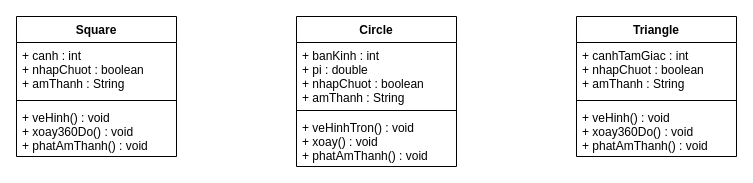
Before: src/com/thuanpv1731103117/tuan06/UML.drawio in vanthuan0306/LTHDT, a draw.io diagram. Source tidied: cells renumbered, new cells numbered last; positions are measured from the earlier drawing's top-left corner, leaving out a move shared by most shapes. Both pictures are drawn from the tidied source at 100%, with x=0, y=0 at pixel (16, 16).
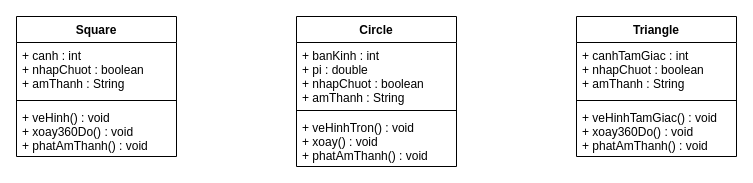
The same page after the edit.

Change to the diagram source:
```diff
@@
 <mxGraphModel>
   <root>
     <mxCell id="0" />
     <mxCell id="1" parent="0" />
     <mxCell id="2" value="Square" style="swimlane;fontStyle=1;align=center;verticalAlign=top;horizontal=1;startSize=26;" parent="1" vertex="1">
       <mxGeometry width="160" height="140" as="geometry" />
     </mxCell>
     <mxCell id="3" value="+ canh : int&#10;+ nhapChuot : boolean&#10;+ amThanh : String" style="text;strokeColor=none;fillColor=none;align=left;verticalAlign=top;spacingLeft=4;spacingRight=4;overflow=hidden;" parent="2" vertex="1">
       <mxGeometry y="26" width="160" height="54" as="geometry" />
     </mxCell>
     <mxCell id="4" style="line;strokeWidth=1;fillColor=none;align=left;verticalAlign=middle;spacingTop=-1;spacingLeft=3;spacingRight=3;labelPosition=right;" parent="2" vertex="1">
       <mxGeometry y="80" width="160" height="8" as="geometry" />
     </mxCell>
     <mxCell id="5" value="+ veHinh() : void&#10;+ xoay360Do() : void&#10;+ phatAmThanh() : void" style="text;strokeColor=none;fillColor=none;align=left;verticalAlign=top;spacingLeft=4;spacingRight=4;overflow=hidden;" parent="2" vertex="1">
       <mxGeometry y="88" width="160" height="52" as="geometry" />
     </mxCell>
     <mxCell id="6" value="Circle" style="swimlane;fontStyle=1;align=center;verticalAlign=top;horizontal=1;startSize=26;" parent="1" vertex="1">
       <mxGeometry x="280" width="160" height="150" as="geometry" />
     </mxCell>
     <mxCell id="7" value="+ banKinh : int&#10;+ pi : double&#10;+ nhapChuot : boolean&#10;+ amThanh : String" style="text;strokeColor=none;fillColor=none;align=left;verticalAlign=top;spacingLeft=4;spacingRight=4;overflow=hidden;" parent="6" vertex="1">
       <mxGeometry y="26" width="160" height="64" as="geometry" />
     </mxCell>
     <mxCell id="8" style="line;strokeWidth=1;fillColor=none;align=left;verticalAlign=middle;spacingTop=-1;spacingLeft=3;spacingRight=3;labelPosition=right;" parent="6" vertex="1">
       <mxGeometry y="90" width="160" height="8" as="geometry" />
     </mxCell>
     <mxCell id="9" value="+ veHinhTron() : void&#10;+ xoay() : void&#10;+ phatAmThanh() : void" style="text;strokeColor=none;fillColor=none;align=left;verticalAlign=top;spacingLeft=4;spacingRight=4;overflow=hidden;" parent="6" vertex="1">
       <mxGeometry y="98" width="160" height="52" as="geometry" />
     </mxCell>
     <mxCell id="10" value="Triangle" style="swimlane;fontStyle=1;align=center;verticalAlign=top;horizontal=1;startSize=26;" parent="1" vertex="1">
       <mxGeometry x="560" width="160" height="140" as="geometry" />
     </mxCell>
     <mxCell id="11" value="+ canhTamGiac : int&#10;+ nhapChuot : boolean&#10;+ amThanh : String" style="text;strokeColor=none;fillColor=none;align=left;verticalAlign=top;spacingLeft=4;spacingRight=4;overflow=hidden;" parent="10" vertex="1">
       <mxGeometry y="26" width="160" height="54" as="geometry" />
     </mxCell>
     <mxCell id="12" style="line;strokeWidth=1;fillColor=none;align=left;verticalAlign=middle;spacingTop=-1;spacingLeft=3;spacingRight=3;labelPosition=right;" parent="10" vertex="1">
       <mxGeometry y="80" width="160" height="8" as="geometry" />
     </mxCell>
-    <mxCell id="13" value="+ veHinh() : void&#10;+ xoay360Do() : void&#10;+ phatAmThanh() : void" style="text;strokeColor=none;fillColor=none;align=left;verticalAlign=top;spacingLeft=4;spacingRight=4;overflow=hidden;" parent="10" vertex="1">
+    <mxCell id="13" value="+ veHinhTamGiac() : void&#10;+ xoay360Do() : void&#10;+ phatAmThanh() : void" style="text;strokeColor=none;fillColor=none;align=left;verticalAlign=top;spacingLeft=4;spacingRight=4;overflow=hidden;" parent="10" vertex="1">
       <mxGeometry y="88" width="160" height="52" as="geometry" />
     </mxCell>
   </root>
 </mxGraphModel>
```
